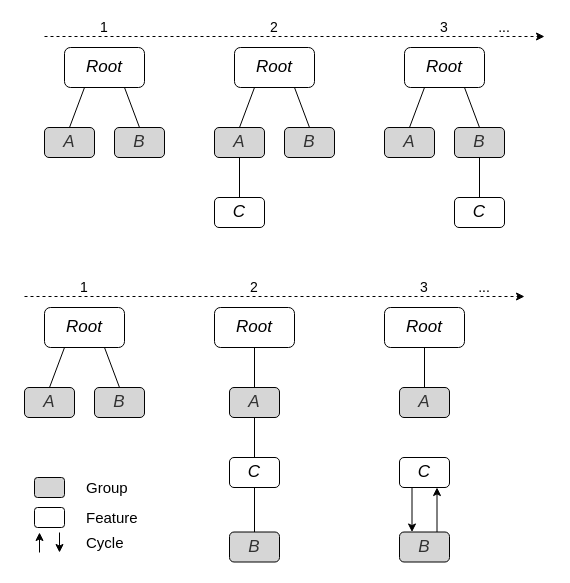
Earlier version of the draw.io diagram page "ScopeMove" (3 of 6) of thesis/src/examples/Examples.drawio (idamotz/Master). Source tidied: cells renumbered, new cells numbered last; positions are measured from the earlier drawing's top-left corner, leaving out a move shared by most shapes. Both pictures are drawn from the tidied source at 100%, with x=0, y=0 at pixel (24, 17).
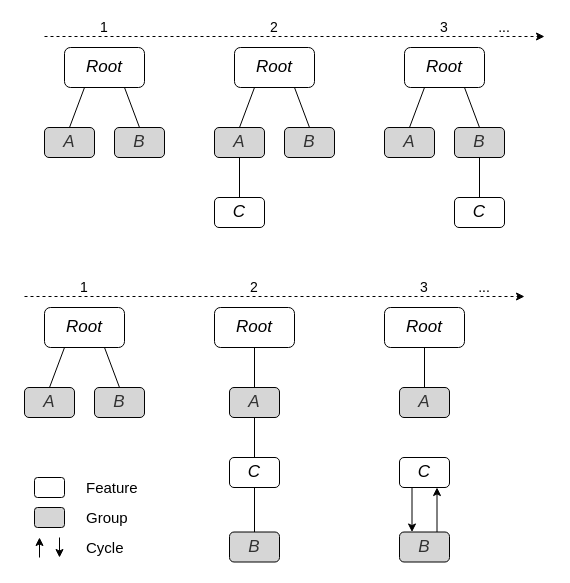
After the change.

Change to the diagram source:
```diff
@@
-    <mxCell id="50" style="group;" parent="1" vertex="1">
-      <mxGeometry x="10" y="450" width="130" height="85" as="geometry" />
-    </mxCell>
-    <mxCell id="51" style="group;" parent="50" vertex="1">
-      <mxGeometry x="5" y="65" width="85" height="20" as="geometry" />
-    </mxCell>
+    <mxCell id="61" style="group;" parent="1" vertex="1">
+      <mxGeometry x="15" y="520" width="85" height="20" as="geometry" />
+    </mxCell>
-    <mxCell id="52" style="group;" parent="51" vertex="1">
+    <mxCell id="52" style="group;" parent="61" vertex="1">
       <mxGeometry width="20" height="20" as="geometry" />
     </mxCell>
-    <mxCell id="53" style="endArrow=classic;html=1;fontFamily=Computer Modern;fontSize=15;" parent="52" edge="1">
-      <mxGeometry y="-10.5" as="geometry">
-        <mxPoint y="20" as="sourcePoint" />
-        <mxPoint as="targetPoint" />
-      </mxGeometry>
-    </mxCell>
-    <mxCell id="54" style="endArrow=classic;html=1;fontFamily=Computer Modern;fontSize=15;" parent="52" edge="1">
-      <mxGeometry x="-5.5" y="-6" as="geometry">
-        <mxPoint x="20" as="sourcePoint" />
-        <mxPoint x="20" y="20" as="targetPoint" />
-      </mxGeometry>
-    </mxCell>
+    <mxCell id="62" style="endArrow=classic;html=1;fontFamily=Computer Modern;fontSize=15;" parent="52" edge="1">
+      <mxGeometry y="-10.5" as="geometry">
+        <mxPoint y="20" as="sourcePoint" />
+        <mxPoint as="targetPoint" />
+      </mxGeometry>
+    </mxCell>
+    <mxCell id="63" style="endArrow=classic;html=1;fontFamily=Computer Modern;fontSize=15;" parent="52" edge="1">
+      <mxGeometry x="-5.5" y="-6" as="geometry">
+        <mxPoint x="20" as="sourcePoint" />
+        <mxPoint x="20" y="20" as="targetPoint" />
+      </mxGeometry>
+    </mxCell>
-    <mxCell id="55" value="Cycle" style="text;html=1;strokeColor=none;fillColor=none;align=left;verticalAlign=middle;whiteSpace=wrap;rounded=0;dashed=1;fontFamily=Computer Modern;fontSize=15;" parent="51" vertex="1">
+    <mxCell id="55" value="Cycle" style="text;html=1;strokeColor=none;fillColor=none;align=left;verticalAlign=middle;whiteSpace=wrap;rounded=0;dashed=1;fontFamily=Computer Modern;fontSize=15;" parent="61" vertex="1">
       <mxGeometry x="45" width="40" height="20" as="geometry" />
     </mxCell>
-    <mxCell id="56" style="group;" parent="50" vertex="1">
-      <mxGeometry width="130" height="50" as="geometry" />
-    </mxCell>
-    <mxCell id="57" style="rounded=1;whiteSpace=wrap;html=1;fontFamily=Computer Modern;fontSize=17;fillColor=#D6D6D6;strokeColor=#030303;fontColor=#333333;" parent="56" vertex="1">
-      <mxGeometry y="10" width="30" height="20" as="geometry" />
-    </mxCell>
+    <mxCell id="64" style="rounded=1;whiteSpace=wrap;html=1;fontFamily=Computer Modern;fontSize=17;" parent="1" vertex="1">
+      <mxGeometry x="10" y="460" width="30" height="20" as="geometry" />
+    </mxCell>
+    <mxCell id="60" value="Feature" style="text;html=1;strokeColor=none;fillColor=none;align=left;verticalAlign=middle;whiteSpace=wrap;rounded=0;fontFamily=Computer Modern;fontSize=15;" parent="1" vertex="1">
+      <mxGeometry x="60" y="460" width="50" height="20" as="geometry" />
+    </mxCell>
+    <mxCell id="65" style="rounded=1;whiteSpace=wrap;html=1;fontFamily=Computer Modern;fontSize=17;fillColor=#D6D6D6;strokeColor=#030303;fontColor=#333333;" parent="1" vertex="1">
+      <mxGeometry x="10" y="490" width="30" height="20" as="geometry" />
+    </mxCell>
-    <mxCell id="58" value="Group" style="text;html=1;strokeColor=none;fillColor=none;align=left;verticalAlign=middle;whiteSpace=wrap;rounded=0;fontFamily=Computer Modern;fontSize=15;" parent="56" vertex="1">
-      <mxGeometry x="50" y="10" width="80" height="20" as="geometry" />
+    <mxCell id="58" value="Group" style="text;html=1;strokeColor=none;fillColor=none;align=left;verticalAlign=middle;whiteSpace=wrap;rounded=0;fontFamily=Computer Modern;fontSize=15;" parent="1" vertex="1">
+      <mxGeometry x="60" y="490" width="60" height="20" as="geometry" />
     </mxCell>
-    <mxCell id="59" style="rounded=1;whiteSpace=wrap;html=1;fontFamily=Computer Modern;fontSize=17;" parent="56" vertex="1">
-      <mxGeometry y="40" width="30" height="20" as="geometry" />
-    </mxCell>
-    <mxCell id="60" value="Feature" style="text;html=1;strokeColor=none;fillColor=none;align=left;verticalAlign=middle;whiteSpace=wrap;rounded=0;fontFamily=Computer Modern;fontSize=15;" parent="56" vertex="1">
-      <mxGeometry x="50" y="40" width="50" height="20" as="geometry" />
-    </mxCell>
```
